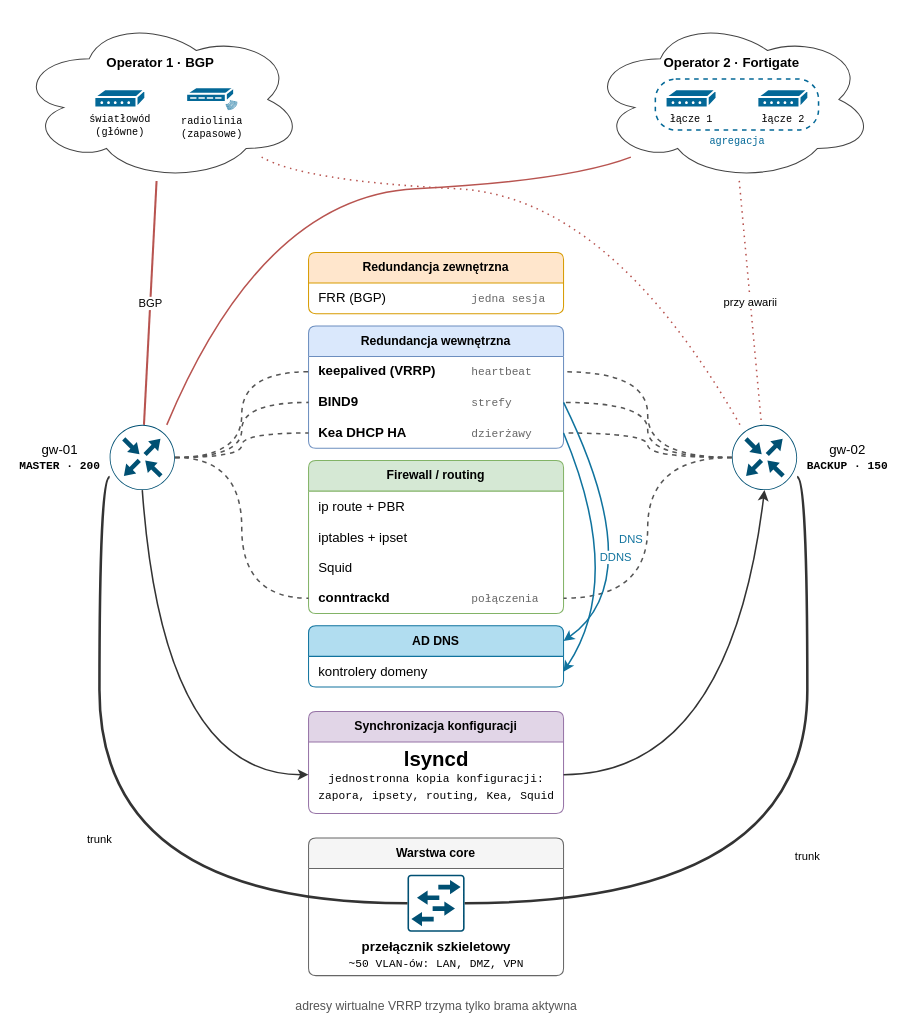
Earlier version of the draw.io diagram redundant-gateways-V2.drawio (BO-RU-TA/mysnippets). Source tidied: cells renumbered, new cells numbered last; positions are measured from the earlier drawing's top-left corner, leaving out a move shared by most shapes. Both pictures are drawn from the tidied source at 102%, with x=0, y=0 at pixel (17, 17).
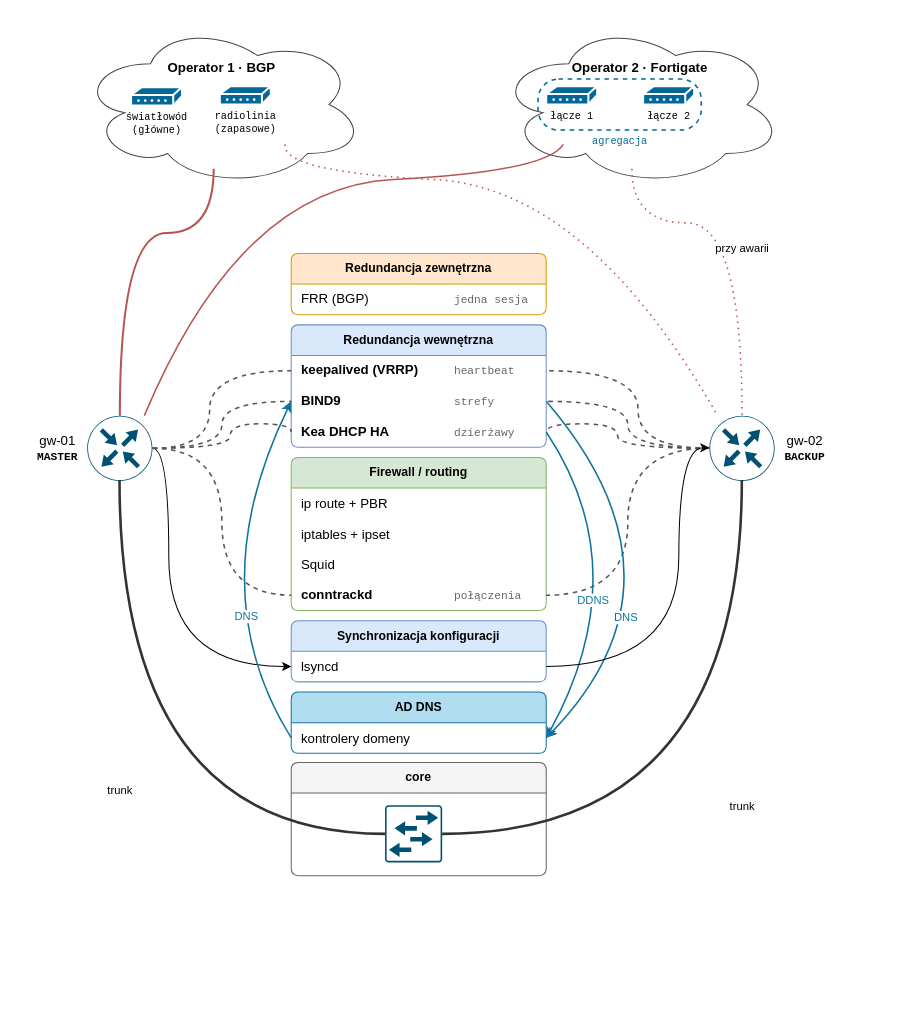
Above is the later version.

The change refers to these unchanged cells:
```xml
<mxCell id="25" value="&lt;span style=&quot;display:inline-block;width:150px&quot;&gt;&lt;b&gt;keepalived (VRRP)&lt;/b&gt;&lt;/span&gt;&lt;span style=&quot;font-family:Courier New;font-size:11px;color:#666666;font-weight:normal&quot;&gt;heartbeat&lt;/span&gt;" style="text;strokeColor=none;fillColor=none;align=left;verticalAlign=middle;spacingLeft=8;spacingRight=8;html=1;fontSize=13;points=[[0,0.5],[1,0.5]];portConstraint=eastwest;" parent="24" vertex="1">
  <mxGeometry y="30" width="250" height="30" as="geometry" />
</mxCell>
<mxCell id="26" value="&lt;span style=&quot;display:inline-block;width:150px&quot;&gt;&lt;b&gt;BIND9&lt;/b&gt;&lt;/span&gt;&lt;span style=&quot;font-family:Courier New;font-size:11px;color:#666666;font-weight:normal&quot;&gt;strefy&lt;/span&gt;" style="text;strokeColor=none;fillColor=none;align=left;verticalAlign=middle;spacingLeft=8;spacingRight=8;html=1;fontSize=13;points=[[0,0.5],[1,0.5]];portConstraint=eastwest;" parent="24" vertex="1">
  <mxGeometry y="60" width="250" height="30" as="geometry" />
</mxCell>
<mxCell id="27" value="&lt;span style=&quot;display:inline-block;width:150px&quot;&gt;&lt;b&gt;Kea DHCP HA&lt;/b&gt;&lt;/span&gt;&lt;span style=&quot;font-family:Courier New;font-size:11px;color:#666666;font-weight:normal&quot;&gt;dzierżawy&lt;/span&gt;" style="text;strokeColor=none;fillColor=none;align=left;verticalAlign=middle;spacingLeft=8;spacingRight=8;html=1;fontSize=13;points=[[0,0.5],[1,0.5]];portConstraint=eastwest;" parent="24" vertex="1">
  <mxGeometry y="90" width="250" height="30" as="geometry" />
</mxCell>
```

Change to the diagram source:
```diff
@@
-    <mxCell id="2" value="Warstwa core" style="swimlane;rounded=1;arcSize=8;fontStyle=1;horizontal=1;startSize=30;whiteSpace=wrap;html=1;fontSize=12;swimlaneFillColor=#ffffff;fillColor=#f5f5f5;strokeColor=#666666;" parent="1" vertex="1">
-      <mxGeometry x="285" y="804" width="250" height="135" as="geometry" />
+    <mxCell id="2" value="core" style="swimlane;rounded=1;arcSize=8;fontStyle=1;horizontal=1;startSize=30;whiteSpace=wrap;html=1;fontSize=12;swimlaneFillColor=#ffffff;fillColor=#f5f5f5;strokeColor=#666666;" parent="1" vertex="1">
+      <mxGeometry x="268" y="730" width="250" height="111" as="geometry" />
     </mxCell>
-    <mxCell id="3" value="Synchronizacja konfiguracji" style="swimlane;rounded=1;arcSize=8;fontStyle=1;horizontal=1;startSize=30;whiteSpace=wrap;html=1;fontSize=12;swimlaneFillColor=#ffffff;fillColor=#e1d5e7;strokeColor=#9673a6;" parent="1" vertex="1">
-      <mxGeometry x="285" y="680" width="250" height="100" as="geometry" />
-    </mxCell>
     <mxCell id="4" value="Operator 1 · BGP" style="ellipse;shape=cloud;whiteSpace=wrap;html=1;fillColor=#ffffff;strokeColor=#444444;fontStyle=1;fontSize=13;verticalAlign=top;spacingTop=30;" parent="1" vertex="1">
-      <mxGeometry width="280" height="160" as="geometry" />
+      <mxGeometry x="60" y="5" width="280" height="160" as="geometry" />
     </mxCell>
     <mxCell id="5" value="Operator 2 · Fortigate" style="ellipse;shape=cloud;whiteSpace=wrap;html=1;fillColor=#ffffff;strokeColor=#444444;fontStyle=1;fontSize=13;verticalAlign=top;spacingTop=30;" parent="1" vertex="1">
-      <mxGeometry x="560" width="280" height="160" as="geometry" />
+      <mxGeometry x="470" y="5" width="280" height="160" as="geometry" />
     </mxCell>
-    <mxCell id="6" value="BGP" style="endArrow=none;html=1;strokeColor=#b85450;curved=1;fontSize=11;labelBackgroundColor=#ffffff;strokeWidth=2;" parent="1" edge="1" source="4" target="10">
-      <mxGeometry relative="1" as="geometry" />
+    <mxCell id="6" style="endArrow=none;html=1;strokeColor=#b85450;curved=1;fontSize=11;labelBackgroundColor=#ffffff;strokeWidth=2;exitX=0.55;exitY=0.95;exitDx=0;exitDy=0;exitPerimeter=0;edgeStyle=orthogonalEdgeStyle;curveGeometry=1;" parent="1" edge="1" target="10">
+      <mxGeometry relative="1" as="geometry">
+        <mxPoint x="192" y="148" as="sourcePoint" />
+        <Array as="points">
+          <mxPoint x="192" y="211" />
+          <mxPoint x="100" y="211" />
+        </Array>
+      </mxGeometry>
     </mxCell>
-    <mxCell id="7" style="endArrow=none;html=1;strokeColor=#b85450;curved=1;fontSize=11;labelBackgroundColor=#ffffff;strokeWidth=1.5;exitX=0.2;exitY=0.8;exitDx=0;exitDy=0;entryX=0.8;entryY=0.1;entryDx=0;entryDy=0;" parent="1" edge="1" source="5" target="10">
+    <mxCell id="7" style="endArrow=none;html=1;strokeColor=#b85450;curved=1;fontSize=11;labelBackgroundColor=#ffffff;strokeWidth=1.5;exitX=0.31;exitY=0.8;exitDx=0;exitDy=0;entryX=0.8;entryY=0.1;entryDx=0;entryDy=0;exitPerimeter=0;" parent="1" edge="1" target="10">
       <mxGeometry relative="1" as="geometry">
+        <mxPoint x="534.8" y="124" as="sourcePoint" />
         <Array as="points">
-          <mxPoint x="540" y="160" />
-          <mxPoint x="240" y="175" />
+          <mxPoint x="518" y="151" />
+          <mxPoint x="218" y="166" />
         </Array>
       </mxGeometry>
     </mxCell>
-    <mxCell id="8" style="endArrow=none;html=1;strokeColor=#b85450;curved=1;fontSize=11;labelBackgroundColor=#ffffff;strokeWidth=1.5;dashed=1;dashPattern=1 3;exitX=0.8;exitY=0.8;exitDx=0;exitDy=0;entryX=0.2;entryY=0.1;entryDx=0;entryDy=0;" parent="1" edge="1" source="4" target="11">
+    <mxCell id="8" style="endArrow=none;html=1;strokeColor=#b85450;curved=1;fontSize=11;labelBackgroundColor=#ffffff;strokeWidth=1.5;dashed=1;dashPattern=1 3;exitX=0.8;exitY=0.8;exitDx=0;exitDy=0;entryX=0.2;entryY=0.1;entryDx=0;entryDy=0;exitPerimeter=0;" parent="1" edge="1" target="11">
       <mxGeometry relative="1" as="geometry">
+        <mxPoint x="262" y="124" as="sourcePoint" />
         <Array as="points">
-          <mxPoint x="280" y="160" />
-          <mxPoint x="580" y="175" />
+          <mxPoint x="258" y="151" />
+          <mxPoint x="558" y="166" />
         </Array>
       </mxGeometry>
     </mxCell>
-    <mxCell id="9" value="przy awarii" style="endArrow=none;html=1;strokeColor=#b85450;curved=1;fontSize=11;labelBackgroundColor=#ffffff;strokeWidth=1.5;dashed=1;dashPattern=1 3;" parent="1" edge="1" source="5" target="11">
-      <mxGeometry relative="1" as="geometry" />
+    <mxCell id="9" value="przy awarii" style="endArrow=none;html=1;strokeColor=#b85450;curved=1;fontSize=11;labelBackgroundColor=#ffffff;strokeWidth=1.5;dashed=1;dashPattern=1 3;edgeStyle=orthogonalEdgeStyle;curveGeometry=1;exitX=0.55;exitY=0.95;exitDx=0;exitDy=0;exitPerimeter=0;" parent="1" edge="1" target="11">
+      <mxGeometry x="0.06" relative="1" as="geometry">
+        <mxPoint x="602" y="148" as="sourcePoint" />
+        <Array as="points">
+          <mxPoint x="602" y="201" />
+          <mxPoint x="710" y="201" />
+        </Array>
+      </mxGeometry>
     </mxCell>
+    <mxCell id="47" style="edgeStyle=orthogonalEdgeStyle;rounded=0;jettySize=auto;html=1;entryX=0;entryY=0.75;entryDx=0;entryDy=0;defaultLabelBackgroundColor=page;labelPadding=0 4;curveGeometry=1;curved=1;" parent="1" edge="1" source="10" target="3">
+      <mxGeometry relative="1" as="geometry">
+        <Array as="points">
+          <mxPoint x="148" y="422" />
+          <mxPoint x="148" y="636" />
+        </Array>
+      </mxGeometry>
+    </mxCell>
-    <mxCell id="10" value="&lt;div align=&quot;center&quot;&gt;&lt;span style=&quot;font-weight: normal;&quot;&gt;gw-01&lt;/span&gt;&lt;br&gt;&lt;font face=&quot;Courier New&quot; style=&quot;font-size:11px&quot;&gt;MASTER · 200&lt;/font&gt;&lt;/div&gt;" style="sketch=0;html=1;shape=mxgraph.cisco19.router;fillColor=#005073;strokeColor=none;verticalLabelPosition=bottom;verticalAlign=top;align=center;fontSize=13;fontStyle=1;verticalLabelPosition=middle;labelPosition=left;align=right;verticalAlign=middle;spacingRight=8;" parent="1" vertex="1">
-      <mxGeometry x="90" y="399" width="64" height="64" as="geometry" />
+    <mxCell id="10" value="&lt;div align=&quot;center&quot;&gt;&lt;span style=&quot;font-weight: normal;&quot;&gt;gw-01&lt;/span&gt;&lt;br&gt;&lt;font face=&quot;Courier New&quot; style=&quot;font-size:11px&quot;&gt;MASTER&lt;/font&gt;&lt;/div&gt;" style="sketch=0;html=1;shape=mxgraph.cisco19.router;fillColor=#005073;strokeColor=none;verticalLabelPosition=bottom;verticalAlign=top;align=center;fontSize=13;fontStyle=1;verticalLabelPosition=middle;labelPosition=left;align=right;verticalAlign=middle;spacingRight=8;" parent="1" vertex="1">
+      <mxGeometry x="68" y="390" width="64" height="64" as="geometry" />
     </mxCell>
-    <mxCell id="11" value="&lt;div align=&quot;center&quot;&gt;&lt;span style=&quot;font-weight: normal;&quot;&gt;gw-02&lt;/span&gt;&lt;br&gt;&lt;font face=&quot;Courier New&quot; style=&quot;font-size:11px&quot;&gt;BACKUP · 150&lt;/font&gt;&lt;/div&gt;" style="sketch=0;html=1;shape=mxgraph.cisco19.router;fillColor=#005073;strokeColor=none;verticalLabelPosition=bottom;verticalAlign=top;align=center;fontSize=13;fontStyle=1;verticalLabelPosition=middle;labelPosition=right;align=left;verticalAlign=middle;spacingLeft=8;" parent="1" vertex="1">
-      <mxGeometry x="700" y="399" width="64" height="64" as="geometry" />
+    <mxCell id="11" value="&lt;div align=&quot;center&quot;&gt;&lt;span style=&quot;font-weight: normal;&quot;&gt;gw-02&lt;/span&gt;&lt;br&gt;&lt;font face=&quot;Courier New&quot; style=&quot;font-size:11px&quot;&gt;BACKUP&lt;/font&gt;&lt;/div&gt;" style="sketch=0;html=1;shape=mxgraph.cisco19.router;fillColor=#005073;strokeColor=none;verticalLabelPosition=bottom;verticalAlign=top;align=center;fontSize=13;fontStyle=1;verticalLabelPosition=middle;labelPosition=right;align=left;verticalAlign=middle;spacingLeft=8;" parent="1" vertex="1">
+      <mxGeometry x="678" y="390" width="64" height="64" as="geometry" />
     </mxCell>
-    <mxCell id="12" value="&lt;b style='font-size:20px'&gt;lsyncd&lt;/b&gt;&lt;br&gt;&lt;font face=&quot;Courier New&quot; style=&quot;font-size:11px&quot;&gt;jednostronna kopia konfiguracji:&lt;br&gt;zapora, ipsety, routing, Kea, Squid&lt;/font&gt;" style="text;html=1;align=center;verticalAlign=middle;" parent="1" vertex="1">
-      <mxGeometry x="285" y="712" width="250" height="60" as="geometry" />
-    </mxCell>
-    <mxCell id="13" style="endArrow=classic;html=1;curved=1;strokeColor=#333333;strokeWidth=1.5;exitX=0.5;exitY=1;exitDx=0;exitDy=0;entryX=0;entryY=0.5;entryDx=0;entryDy=0;" parent="1" edge="1" source="10" target="12">
-      <mxGeometry relative="1" as="geometry">
-        <Array as="points">
-          <mxPoint x="142" y="742" />
-        </Array>
-      </mxGeometry>
-    </mxCell>
-    <mxCell id="14" style="endArrow=classic;html=1;curved=1;strokeColor=#333333;strokeWidth=1.5;exitX=1;exitY=0.5;exitDx=0;exitDy=0;entryX=0.5;entryY=1;entryDx=0;entryDy=0;" parent="1" edge="1" source="12" target="11">
-      <mxGeometry relative="1" as="geometry">
-        <Array as="points">
-          <mxPoint x="698" y="742" />
-        </Array>
-      </mxGeometry>
-    </mxCell>
-    <mxCell id="15" value="adresy wirtualne VRRP trzyma tylko brama aktywna" style="text;html=1;align=center;fontSize=12;fontColor=#555555;" parent="1" vertex="1">
-      <mxGeometry x="250" y="955" width="320" height="22" as="geometry" />
-    </mxCell>
     <mxCell id="16" value="światłowód&lt;br&gt;(główne)" style="sketch=0;html=1;dashed=0;fillColor=#036897;strokeColor=#ffffff;strokeWidth=2;verticalLabelPosition=bottom;verticalAlign=top;align=center;shape=mxgraph.cisco.modems_and_phones.modem;fontSize=10;fontFamily=Courier New;" parent="1" vertex="1">
-      <mxGeometry x="75" y="70" width="50" height="18" as="geometry" />
+      <mxGeometry x="111" y="68" width="50" height="18" as="geometry" />
     </mxCell>
-    <mxCell id="17" value="radiolinia&lt;br&gt;(zapasowe)" style="sketch=0;html=1;dashed=0;fillColor=#036897;strokeWidth=2;verticalLabelPosition=bottom;verticalAlign=top;align=center;shape=mxgraph.cisco.modems_and_phones.rf_modem;strokeColor=#ffffff;fontSize=10;fontFamily=Courier New;" parent="1" vertex="1">
-      <mxGeometry x="165" y="68" width="50" height="22" as="geometry" />
-    </mxCell>
     <mxCell id="18" value="łącze 1" style="sketch=0;html=1;dashed=0;fillColor=#036897;strokeColor=#ffffff;strokeWidth=2;verticalLabelPosition=bottom;verticalAlign=top;align=center;shape=mxgraph.cisco.modems_and_phones.modem;fontSize=10;fontFamily=Courier New;" parent="1" vertex="1">
-      <mxGeometry x="635" y="70" width="50" height="18" as="geometry" />
+      <mxGeometry x="518" y="67" width="50" height="18" as="geometry" />
     </mxCell>
     <mxCell id="19" value="łącze 2" style="sketch=0;html=1;dashed=0;fillColor=#036897;strokeColor=#ffffff;strokeWidth=2;verticalLabelPosition=bottom;verticalAlign=top;align=center;shape=mxgraph.cisco.modems_and_phones.modem;fontSize=10;fontFamily=Courier New;" parent="1" vertex="1">
-      <mxGeometry x="725" y="70" width="50" height="18" as="geometry" />
+      <mxGeometry x="613" y="67" width="50" height="18" as="geometry" />
     </mxCell>
     <mxCell id="20" value="agregacja" style="rounded=1;arcSize=40;html=1;fillColor=none;strokeColor=#036897;dashed=1;strokeWidth=1.5;verticalAlign=bottom;fontSize=10;fontFamily=Courier New;fontColor=#036897;spacingBottom=-20;" parent="1" vertex="1">
-      <mxGeometry x="625" y="60" width="160" height="50" as="geometry" />
+      <mxGeometry x="510" y="60" width="160" height="50" as="geometry" />
     </mxCell>
     <mxCell id="21" value="AD DNS" style="swimlane;rounded=1;arcSize=8;fontStyle=1;horizontal=1;startSize=30;whiteSpace=wrap;html=1;fontSize=12;swimlaneFillColor=#ffffff;fillColor=#b1ddf0;strokeColor=#10739e;" parent="1" vertex="1">
-      <mxGeometry x="285" y="596" width="250" height="60" as="geometry" />
+      <mxGeometry x="268" y="661" width="250" height="60" as="geometry" />
     </mxCell>
+    <mxCell id="46" value="kontrolery domeny" style="text;strokeColor=none;fillColor=none;align=left;verticalAlign=middle;spacingLeft=8;spacingRight=8;html=1;fontSize=13;" parent="21" vertex="1">
+      <mxGeometry y="30" width="250" height="30" as="geometry" />
+    </mxCell>
     <mxCell id="22" value="Redundancja zewnętrzna" style="swimlane;rounded=1;arcSize=8;fontStyle=1;horizontal=1;startSize=30;whiteSpace=wrap;html=1;fontSize=12;swimlaneFillColor=#ffffff;fillColor=#ffe6cc;strokeColor=#d79b00;" parent="1" vertex="1">
-      <mxGeometry x="285" y="230" width="250" height="60" as="geometry" />
+      <mxGeometry x="268" y="231" width="250" height="60" as="geometry" />
     </mxCell>
@@
     <mxCell id="24" value="Redundancja wewnętrzna" style="swimlane;rounded=1;arcSize=8;fontStyle=1;horizontal=1;startSize=30;whiteSpace=wrap;html=1;fontSize=12;swimlaneFillColor=#ffffff;fillColor=#dae8fc;strokeColor=#6c8ebf;" parent="1" vertex="1">
-      <mxGeometry x="285" y="302" width="250" height="120" as="geometry" />
+      <mxGeometry x="268" y="301" width="250" height="120" as="geometry" />
     </mxCell>
@@
     <mxCell id="28" value="Firewall / routing" style="swimlane;rounded=1;arcSize=8;fontStyle=1;horizontal=1;startSize=30;whiteSpace=wrap;html=1;fontSize=12;swimlaneFillColor=#ffffff;fillColor=#d5e8d4;strokeColor=#82b366;" parent="1" vertex="1">
-      <mxGeometry x="285" y="434" width="250" height="150" as="geometry" />
+      <mxGeometry x="268" y="431" width="250" height="150" as="geometry" />
     </mxCell>
@@
     <mxCell id="33" style="endArrow=none;html=1;dashed=1;strokeColor=#555555;strokeWidth=1.5;curved=1;edgeStyle=orthogonalEdgeStyle;curveGeometry=1;exitX=1;exitY=0.5;exitDx=0;exitDy=0;entryX=0;entryY=0.5;entryDx=0;entryDy=0;" parent="1" edge="1" source="10" target="25">
-      <mxGeometry relative="1" as="geometry" />
+      <mxGeometry relative="1" as="geometry">
+        <Array as="points">
+          <mxPoint x="188" y="422" />
+          <mxPoint x="188" y="346" />
+        </Array>
+      </mxGeometry>
     </mxCell>
     <mxCell id="34" style="endArrow=none;html=1;dashed=1;strokeColor=#555555;strokeWidth=1.5;curved=1;edgeStyle=orthogonalEdgeStyle;curveGeometry=1;exitX=0;exitY=0.5;exitDx=0;exitDy=0;entryX=1;entryY=0.5;entryDx=0;entryDy=0;" parent="1" edge="1" source="11" target="25">
-      <mxGeometry relative="1" as="geometry" />
+      <mxGeometry relative="1" as="geometry">
+        <Array as="points">
+          <mxPoint x="608" y="422" />
+          <mxPoint x="608" y="346" />
+        </Array>
+      </mxGeometry>
     </mxCell>
     <mxCell id="35" style="endArrow=none;html=1;dashed=1;strokeColor=#555555;strokeWidth=1.5;curved=1;edgeStyle=orthogonalEdgeStyle;curveGeometry=1;exitX=1;exitY=0.5;exitDx=0;exitDy=0;entryX=0;entryY=0.5;entryDx=0;entryDy=0;" parent="1" edge="1" source="10" target="27">
-      <mxGeometry relative="1" as="geometry" />
+      <mxGeometry relative="1" as="geometry">
+        <Array as="points">
+          <mxPoint x="208" y="422" />
+          <mxPoint x="208" y="398" />
+        </Array>
+      </mxGeometry>
     </mxCell>
     <mxCell id="36" style="endArrow=none;html=1;dashed=1;strokeColor=#555555;strokeWidth=1.5;curved=1;edgeStyle=orthogonalEdgeStyle;curveGeometry=1;exitX=0;exitY=0.5;exitDx=0;exitDy=0;entryX=1;entryY=0.5;entryDx=0;entryDy=0;" parent="1" edge="1" source="11" target="27">
-      <mxGeometry relative="1" as="geometry" />
+      <mxGeometry relative="1" as="geometry">
+        <Array as="points">
+          <mxPoint x="588" y="422" />
+          <mxPoint x="588" y="398" />
+        </Array>
+      </mxGeometry>
     </mxCell>
@@
-    <mxCell id="41" value="przełącznik szkieletowy&lt;br&gt;&lt;font face=&quot;Courier New&quot; style=&quot;font-size:11px;font-weight:normal&quot;&gt;~50 VLAN-ów: LAN, DMZ, VPN&lt;/font&gt;" style="sketch=0;html=1;shape=mxgraph.cisco19.workgroup_switch;fillColor=#005073;strokeColor=none;verticalLabelPosition=bottom;verticalAlign=top;align=center;fontSize=13;fontStyle=1;" parent="1" vertex="1">
-      <mxGeometry x="382" y="840" width="56" height="56" as="geometry" />
+    <mxCell id="41" style="sketch=0;html=1;shape=mxgraph.cisco19.workgroup_switch;fillColor=#005073;strokeColor=none;verticalLabelPosition=bottom;verticalAlign=top;align=center;fontSize=13;fontStyle=1;" parent="1" vertex="1">
+      <mxGeometry x="360" y="772" width="56" height="56" as="geometry" />
     </mxCell>
-    <mxCell id="42" value="trunk" style="endArrow=none;html=1;strokeColor=#333333;strokeWidth=2.5;curved=1;fontSize=11;labelBackgroundColor=#ffffff;exitX=0;exitY=0.8;exitDx=0;exitDy=0;entryX=0;entryY=0.5;entryDx=0;entryDy=0;edgeStyle=orthogonalEdgeStyle;curveGeometry=1;" parent="1" edge="1" source="10" target="41">
+    <mxCell id="42" value="trunk" style="endArrow=none;html=1;strokeColor=#333333;strokeWidth=2.5;curved=1;fontSize=11;labelBackgroundColor=#ffffff;exitX=0.495;exitY=0.995;exitDx=0;exitDy=0;entryX=0;entryY=0.5;entryDx=0;entryDy=0;edgeStyle=orthogonalEdgeStyle;curveGeometry=1;exitPerimeter=0;" parent="1" edge="1" source="10" target="41">
       <mxGeometry relative="1" as="geometry" />
     </mxCell>
-    <mxCell id="43" value="trunk" style="endArrow=none;html=1;strokeColor=#333333;strokeWidth=2.5;curved=1;fontSize=11;labelBackgroundColor=#ffffff;exitX=1;exitY=0.8;exitDx=0;exitDy=0;entryX=1;entryY=0.5;entryDx=0;entryDy=0;edgeStyle=orthogonalEdgeStyle;curveGeometry=1;" parent="1" edge="1" source="11" target="41">
+    <mxCell id="43" value="trunk" style="endArrow=none;html=1;strokeColor=#333333;strokeWidth=2.5;curved=1;fontSize=11;labelBackgroundColor=#ffffff;exitX=0.497;exitY=0.984;exitDx=0;exitDy=0;entryX=1;entryY=0.5;entryDx=0;entryDy=0;edgeStyle=orthogonalEdgeStyle;curveGeometry=1;exitPerimeter=0;" parent="1" edge="1" source="11" target="41">
       <mxGeometry relative="1" as="geometry" />
     </mxCell>
-    <mxCell id="44" value="DNS" style="endArrow=classic;html=1;curved=1;strokeColor=#10739e;strokeWidth=1.5;fontSize=11;fontColor=#10739e;labelBackgroundColor=#ffffff;exitX=1;exitY=0.5;exitDx=0;exitDy=0;entryX=1;entryY=0.25;entryDx=0;entryDy=0;" parent="1" edge="1" source="26" target="21">
-      <mxGeometry relative="1" as="geometry">
+    <mxCell id="44" value="DNS" style="endArrow=classic;html=1;curved=1;strokeColor=#10739e;strokeWidth=1.5;fontSize=11;fontColor=#10739e;labelBackgroundColor=#ffffff;exitX=1;exitY=0.5;exitDx=0;exitDy=0;entryX=1;entryY=0.75;entryDx=0;entryDy=0;" parent="1" edge="1" source="26" target="21">
+      <mxGeometry x="0.38" y="-25" relative="1" as="geometry">
         <Array as="points">
-          <mxPoint x="620" y="550" />
+          <mxPoint x="668" y="551" />
         </Array>
+        <mxPoint y="-1" as="offset" />
       </mxGeometry>
     </mxCell>
     <mxCell id="45" value="DDNS" style="endArrow=classic;html=1;curved=1;strokeColor=#10739e;strokeWidth=1.5;fontSize=11;fontColor=#10739e;labelBackgroundColor=#ffffff;exitX=1;exitY=0.5;exitDx=0;exitDy=0;entryX=1;entryY=0.75;entryDx=0;entryDy=0;" parent="1" edge="1" source="27" target="21">
-      <mxGeometry relative="1" as="geometry">
+      <mxGeometry x="0.2" y="-24" relative="1" as="geometry">
         <Array as="points">
-          <mxPoint x="595" y="550" />
+          <mxPoint x="608" y="541" />
         </Array>
       </mxGeometry>
     </mxCell>
-    <mxCell id="46" value="kontrolery domeny" style="text;strokeColor=none;fillColor=none;align=left;verticalAlign=middle;spacingLeft=8;spacingRight=8;html=1;fontSize=13;" parent="21" vertex="1">
-      <mxGeometry y="30" width="250" height="30" as="geometry" />
-    </mxCell>
+    <mxCell id="48" value="DNS" style="endArrow=classic;html=1;curved=1;strokeColor=#10739e;strokeWidth=1.5;fontSize=11;fontColor=#10739e;labelBackgroundColor=#ffffff;exitX=0;exitY=0.5;exitDx=0;exitDy=0;entryX=0;entryY=0.5;entryDx=0;entryDy=0;" parent="1" edge="1" source="46" target="26">
+      <mxGeometry x="-0.34" y="-26" relative="1" as="geometry">
+        <Array as="points">
+          <mxPoint x="178" y="561" />
+        </Array>
+        <mxPoint x="-1" as="offset" />
+      </mxGeometry>
+    </mxCell>
+    <mxCell id="3" value="Synchronizacja konfiguracji" style="swimlane;rounded=1;arcSize=8;fontStyle=1;horizontal=1;startSize=30;whiteSpace=wrap;html=1;fontSize=12;swimlaneFillColor=#ffffff;fillColor=#dae8fc;strokeColor=#6c8ebf;" parent="1" vertex="1">
+      <mxGeometry x="268" y="591" width="250" height="60" as="geometry" />
+    </mxCell>
+    <mxCell id="49" value="&lt;span style=&quot;display:inline-block;width:150px&quot;&gt;lsyncd&lt;/span&gt;" style="text;strokeColor=none;fillColor=none;align=left;verticalAlign=middle;spacingLeft=8;spacingRight=8;html=1;fontSize=13;points=[[0,0.5],[1,0.5]];portConstraint=eastwest;" parent="3" vertex="1">
+      <mxGeometry y="30" width="250" height="30" as="geometry" />
+    </mxCell>
+    <mxCell id="50" style="edgeStyle=orthogonalEdgeStyle;rounded=0;jettySize=auto;html=1;exitX=1;exitY=0.5;exitDx=0;exitDy=0;entryX=0;entryY=0.491;entryDx=0;entryDy=0;entryPerimeter=0;defaultLabelBackgroundColor=page;labelPadding=0 4;curveGeometry=1;curved=1;" parent="1" edge="1" source="49" target="11">
+      <mxGeometry relative="1" as="geometry">
+        <Array as="points">
+          <mxPoint x="648" y="636" />
+          <mxPoint x="648" y="421.4" />
+        </Array>
+      </mxGeometry>
+    </mxCell>
+    <mxCell id="17" value="radiolinia&lt;br&gt;(zapasowe)" style="sketch=0;html=1;dashed=0;fillColor=#036897;strokeColor=#ffffff;strokeWidth=2;verticalLabelPosition=bottom;verticalAlign=top;align=center;shape=mxgraph.cisco.modems_and_phones.modem;fontSize=10;fontFamily=Courier New;labelPerimeter=1;" parent="1" vertex="1">
+      <mxGeometry x="198" y="67" width="50" height="18" as="geometry" />
+    </mxCell>
```
